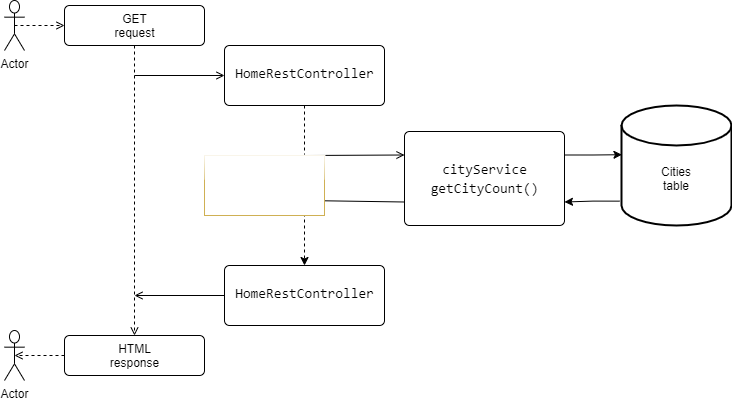
Traian-GAlex/meteoapi keeps this draw.io diagram as uml/request_flow/get_home.png. Above is the earlier version. Source tidied: cells renumbered, new cells last; positions are measured from the earlier drawing's top-left corner, leaving out a move shared by most shapes. Its diagram source:
```xml
<mxGraphModel>
  <root>
    <mxCell id="0" />
    <mxCell id="1" parent="0" />
    <mxCell id="2" value="Actor" style="shape=umlActor;verticalLabelPosition=bottom;verticalAlign=top;html=1;" parent="1" vertex="1">
      <mxGeometry width="20" height="50" as="geometry" />
    </mxCell>
    <mxCell id="3" value="HTML&lt;br&gt;response" style="html=1;align=center;verticalAlign=top;rounded=1;absoluteArcSize=1;arcSize=10;dashed=0;shadow=0;" parent="1" vertex="1">
      <mxGeometry x="60" y="335" width="140" height="40" as="geometry" />
    </mxCell>
    <mxCell id="4" value="GET&lt;br&gt;request" style="html=1;align=center;verticalAlign=top;rounded=1;absoluteArcSize=1;arcSize=10;dashed=0;shadow=0;" parent="1" vertex="1">
      <mxGeometry x="60" y="5" width="140" height="40" as="geometry" />
    </mxCell>
    <mxCell id="5" style="html=1;verticalAlign=bottom;labelBackgroundColor=none;endArrow=open;endFill=0;dashed=1;exitX=0.5;exitY=1;exitDx=0;exitDy=0;entryX=0.5;entryY=0;entryDx=0;entryDy=0;" parent="1" edge="1" source="4" target="3">
      <mxGeometry relative="1" as="geometry" />
    </mxCell>
    <mxCell id="6" style="html=1;verticalAlign=bottom;labelBackgroundColor=none;endArrow=open;endFill=0;entryX=0;entryY=0.5;entryDx=0;entryDy=0;" parent="1" edge="1" target="11">
      <mxGeometry relative="1" as="geometry">
        <mxPoint x="130" y="75" as="sourcePoint" />
      </mxGeometry>
    </mxCell>
    <mxCell id="7" style="html=1;verticalAlign=bottom;labelBackgroundColor=none;endArrow=open;endFill=0;dashed=1;entryX=0;entryY=0.5;entryDx=0;entryDy=0;exitX=0.5;exitY=0.5;exitDx=0;exitDy=0;exitPerimeter=0;" parent="1" edge="1" source="2" target="4">
      <mxGeometry relative="1" as="geometry" />
    </mxCell>
    <mxCell id="8" value="Actor" style="shape=umlActor;verticalLabelPosition=bottom;verticalAlign=top;html=1;" parent="1" vertex="1">
      <mxGeometry y="330" width="20" height="50" as="geometry" />
    </mxCell>
    <mxCell id="9" style="html=1;verticalAlign=bottom;labelBackgroundColor=none;endArrow=open;endFill=0;dashed=1;entryX=0.5;entryY=0.5;entryDx=0;entryDy=0;entryPerimeter=0;exitX=0;exitY=0.5;exitDx=0;exitDy=0;" parent="1" edge="1" source="3" target="8">
      <mxGeometry relative="1" as="geometry" />
    </mxCell>
    <mxCell id="10" style="edgeStyle=orthogonalEdgeStyle;rounded=0;jettySize=auto;html=1;exitX=0.5;exitY=1;exitDx=0;exitDy=0;entryX=0.5;entryY=0;entryDx=0;entryDy=0;dashed=1;" parent="1" edge="1" source="11" target="13">
      <mxGeometry relative="1" as="geometry" />
    </mxCell>
    <mxCell id="11" value="&lt;div style=&quot;background-color: rgb(255 , 255 , 255) ; font-family: &amp;#34;consolas&amp;#34; , &amp;#34;courier new&amp;#34; , monospace ; font-size: 14px ; line-height: 19px&quot;&gt;HomeRestController&lt;/div&gt;" style="html=1;align=center;verticalAlign=top;rounded=1;absoluteArcSize=1;arcSize=10;dashed=0;shadow=0;spacingTop=12;" parent="1" vertex="1">
      <mxGeometry x="220" y="45" width="160" height="60" as="geometry" />
    </mxCell>
    <mxCell id="12" style="html=1;verticalAlign=bottom;labelBackgroundColor=none;endArrow=open;endFill=0;entryX=0;entryY=0.5;entryDx=0;entryDy=0;exitX=0;exitY=0.5;exitDx=0;exitDy=0;" parent="1" edge="1" source="13">
      <mxGeometry relative="1" as="geometry">
        <mxPoint x="130" y="295" as="targetPoint" />
      </mxGeometry>
    </mxCell>
    <mxCell id="13" value="&lt;div style=&quot;background-color: rgb(255 , 255 , 255) ; font-family: &amp;#34;consolas&amp;#34; , &amp;#34;courier new&amp;#34; , monospace ; font-size: 14px ; line-height: 19px&quot;&gt;HomeRestController&lt;/div&gt;" style="html=1;align=center;verticalAlign=top;rounded=1;absoluteArcSize=1;arcSize=10;dashed=0;shadow=0;spacingTop=12;" parent="1" vertex="1">
      <mxGeometry x="220" y="265" width="160" height="60" as="geometry" />
    </mxCell>
    <mxCell id="14" value="Cities&lt;br&gt;table" style="strokeWidth=2;html=1;shape=mxgraph.flowchart.database;whiteSpace=wrap;shadow=0;glass=1;spacingTop=25;" parent="1" vertex="1">
      <mxGeometry x="617" y="105" width="110" height="120" as="geometry" />
    </mxCell>
    <mxCell id="15" style="html=1;verticalAlign=bottom;labelBackgroundColor=none;endArrow=open;endFill=0;entryX=0;entryY=0.25;entryDx=0;entryDy=0;" parent="1" edge="1" target="19">
      <mxGeometry relative="1" as="geometry">
        <mxPoint x="300" y="155" as="sourcePoint" />
      </mxGeometry>
    </mxCell>
    <mxCell id="16" style="html=1;verticalAlign=bottom;labelBackgroundColor=none;endArrow=open;endFill=0;exitX=0;exitY=0.75;exitDx=0;exitDy=0;" parent="1" edge="1" source="19">
      <mxGeometry relative="1" as="geometry">
        <mxPoint x="300" y="200" as="targetPoint" />
      </mxGeometry>
    </mxCell>
    <mxCell id="17" style="edgeStyle=orthogonalEdgeStyle;rounded=0;jettySize=auto;html=1;exitX=1;exitY=0.25;exitDx=0;exitDy=0;entryX=0.004;entryY=0.41;entryDx=0;entryDy=0;entryPerimeter=0;" parent="1" edge="1" source="19" target="14">
      <mxGeometry relative="1" as="geometry" />
    </mxCell>
    <mxCell id="18" style="edgeStyle=orthogonalEdgeStyle;rounded=0;jettySize=auto;html=1;exitX=-0.018;exitY=0.797;exitDx=0;exitDy=0;entryX=1;entryY=0.75;entryDx=0;entryDy=0;exitPerimeter=0;" parent="1" edge="1" source="14" target="19">
      <mxGeometry relative="1" as="geometry" />
    </mxCell>
    <mxCell id="19" value="&lt;div style=&quot;background-color: rgb(255 , 255 , 255) ; font-family: &amp;#34;consolas&amp;#34; , &amp;#34;courier new&amp;#34; , monospace ; font-size: 14px ; line-height: 19px&quot;&gt;&lt;div style=&quot;font-family: &amp;#34;consolas&amp;#34; , &amp;#34;courier new&amp;#34; , monospace ; line-height: 19px&quot;&gt;cityService&lt;/div&gt;&lt;div style=&quot;font-family: &amp;#34;consolas&amp;#34; , &amp;#34;courier new&amp;#34; , monospace ; line-height: 19px&quot;&gt;&lt;div style=&quot;font-family: &amp;#34;consolas&amp;#34; , &amp;#34;courier new&amp;#34; , monospace ; line-height: 19px&quot;&gt;getCityCount()&lt;/div&gt;&lt;/div&gt;&lt;/div&gt;" style="html=1;align=center;verticalAlign=top;rounded=1;absoluteArcSize=1;arcSize=10;dashed=0;shadow=0;spacingTop=22;" parent="1" vertex="1">
      <mxGeometry x="400" y="131" width="160" height="94" as="geometry" />
    </mxCell>
    <mxCell id="20" style="whiteSpace=wrap;html=1;shadow=0;glass=1;strokeColor=#CFB053;" parent="1" vertex="1">
      <mxGeometry x="200" y="155" width="120" height="60" as="geometry" />
    </mxCell>
  </root>
</mxGraphModel>
```
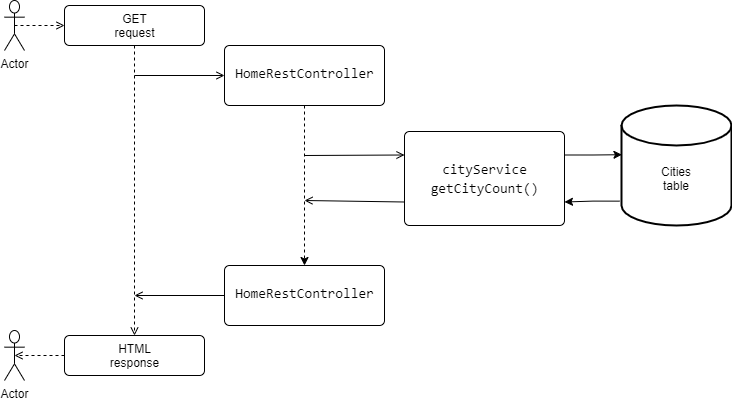
Above is the later version.

The edit, as a diff of the source:
```diff
@@ -64,8 +64,5 @@
     <mxCell id="19" value="&lt;div style=&quot;background-color: rgb(255 , 255 , 255) ; font-family: &amp;#34;consolas&amp;#34; , &amp;#34;courier new&amp;#34; , monospace ; font-size: 14px ; line-height: 19px&quot;&gt;&lt;div style=&quot;font-family: &amp;#34;consolas&amp;#34; , &amp;#34;courier new&amp;#34; , monospace ; line-height: 19px&quot;&gt;cityService&lt;/div&gt;&lt;div style=&quot;font-family: &amp;#34;consolas&amp;#34; , &amp;#34;courier new&amp;#34; , monospace ; line-height: 19px&quot;&gt;&lt;div style=&quot;font-family: &amp;#34;consolas&amp;#34; , &amp;#34;courier new&amp;#34; , monospace ; line-height: 19px&quot;&gt;getCityCount()&lt;/div&gt;&lt;/div&gt;&lt;/div&gt;" style="html=1;align=center;verticalAlign=top;rounded=1;absoluteArcSize=1;arcSize=10;dashed=0;shadow=0;spacingTop=22;" parent="1" vertex="1">
       <mxGeometry x="400" y="131" width="160" height="94" as="geometry" />
     </mxCell>
-    <mxCell id="20" style="whiteSpace=wrap;html=1;shadow=0;glass=1;strokeColor=#CFB053;" parent="1" vertex="1">
-      <mxGeometry x="200" y="155" width="120" height="60" as="geometry" />
-    </mxCell>
   </root>
 </mxGraphModel>
```
